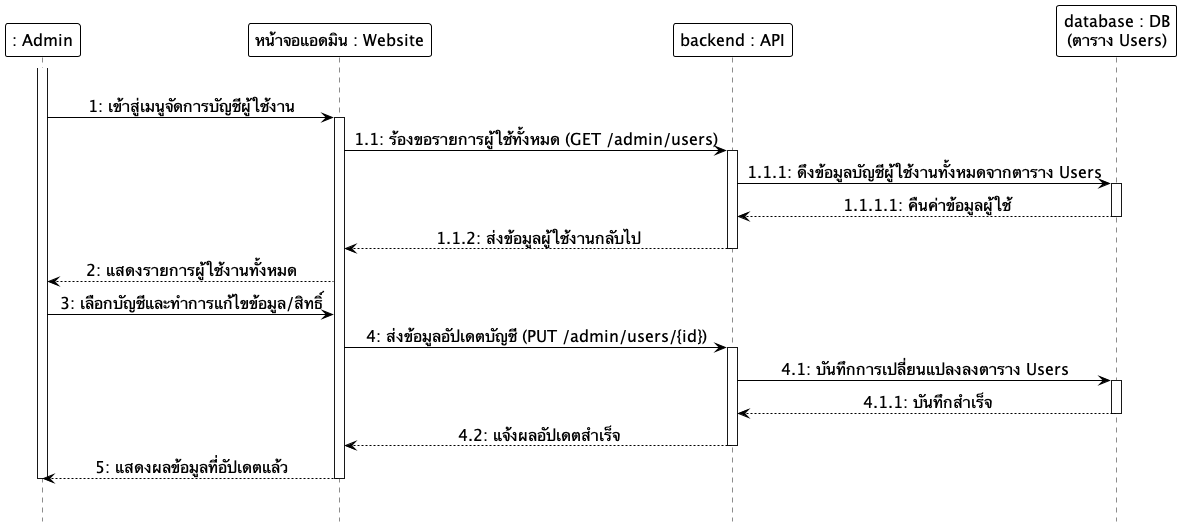
Earlier version of the PlantUML export docs/diagrams/images/sequence/sequence_13_manage_users.png (Anatta-at/my-portfolio-app). Source of this version:
```plantuml
@startuml
hide footbox
skinparam monochrome true
skinparam shadowing false
skinparam backgroundcolor transparent
skinparam ParticipantMinHeight 60
skinparam ParticipantMinWidth 160
skinparam ParticipantBackgroundColor white
skinparam ParticipantBorderColor black
skinparam ParticipantBorderThickness 1.0
skinparam ParticipantFontSize 16
skinparam LifeLineBackgroundColor white
skinparam LifeLineBorderColor black
skinparam LifeLineBorderThickness 1.0
skinparam ArrowColor black
skinparam ArrowFontSize 16
skinparam sequenceMessageAlign center

participant ": Admin" as Admin
participant "หน้าจอแอดมิน : Website" as Frontend
participant "backend : API" as Backend
participant "database : DB\n(ตาราง Users)" as DB

|||
activate Admin
Admin -> Frontend: 1: เข้าสู่เมนูจัดการบัญชีผู้ใช้งาน
activate Frontend
Frontend -> Backend: 1.1: ร้องขอรายการผู้ใช้ทั้งหมด (GET /admin/users)
activate Backend
Backend -> DB: 1.1.1: ดึงข้อมูลบัญชีผู้ใช้งานทั้งหมดจากตาราง Users
activate DB
DB --> Backend: 1.1.1.1: คืนค่าข้อมูลผู้ใช้
deactivate DB
Backend --> Frontend: 1.1.2: ส่งข้อมูลผู้ใช้งานกลับไป
deactivate Backend
Frontend --> Admin: 2: แสดงรายการผู้ใช้งานทั้งหมด
Admin -> Frontend: 3: เลือกบัญชีและทำการแก้ไขข้อมูล/สิทธิ์
Frontend -> Backend: 4: ส่งข้อมูลอัปเดตบัญชี (PUT /admin/users/{id})
activate Backend
Backend -> DB: 4.1: บันทึกการเปลี่ยนแปลงลงตาราง Users
activate DB
DB --> Backend: 4.1.1: บันทึกสำเร็จ
deactivate DB
Backend --> Frontend: 4.2: แจ้งผลอัปเดตสำเร็จ
deactivate Backend
Frontend --> Admin: 5: แสดงผลข้อมูลที่อัปเดตแล้ว
deactivate Frontend
deactivate Admin
|||
@enduml
```
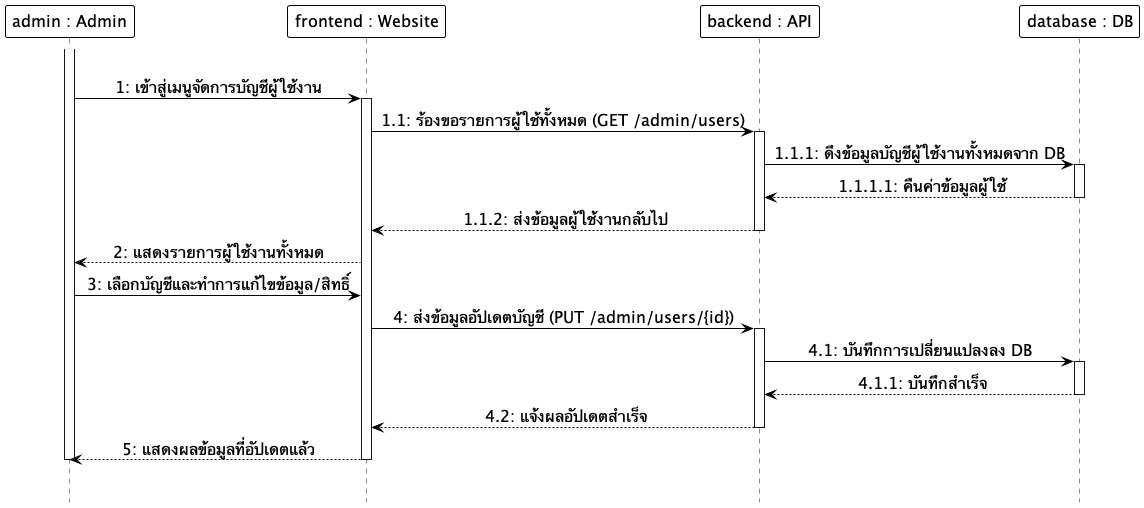
After the commit.

The edit, as a diff of the source:
```diff
@@ -16,10 +16,10 @@
 skinparam ArrowFontSize 16
 skinparam sequenceMessageAlign center
 
-participant ": Admin" as Admin
-participant "หน้าจอแอดมิน : Website" as Frontend
+participant "admin : Admin" as Admin
+participant "frontend : Website" as Frontend
 participant "backend : API" as Backend
-participant "database : DB\n(ตาราง Users)" as DB
+participant "database : DB" as DB
 
 |||
 activate Admin
@@ -27,7 +27,7 @@
 activate Frontend
 Frontend -> Backend: 1.1: ร้องขอรายการผู้ใช้ทั้งหมด (GET /admin/users)
 activate Backend
-Backend -> DB: 1.1.1: ดึงข้อมูลบัญชีผู้ใช้งานทั้งหมดจากตาราง Users
+Backend -> DB: 1.1.1: ดึงข้อมูลบัญชีผู้ใช้งานทั้งหมดจาก DB
 activate DB
 DB --> Backend: 1.1.1.1: คืนค่าข้อมูลผู้ใช้
 deactivate DB
@@ -37,7 +37,7 @@
 Admin -> Frontend: 3: เลือกบัญชีและทำการแก้ไขข้อมูล/สิทธิ์
 Frontend -> Backend: 4: ส่งข้อมูลอัปเดตบัญชี (PUT /admin/users/{id})
 activate Backend
-Backend -> DB: 4.1: บันทึกการเปลี่ยนแปลงลงตาราง Users
+Backend -> DB: 4.1: บันทึกการเปลี่ยนแปลงลง DB
 activate DB
 DB --> Backend: 4.1.1: บันทึกสำเร็จ
 deactivate DB
```
